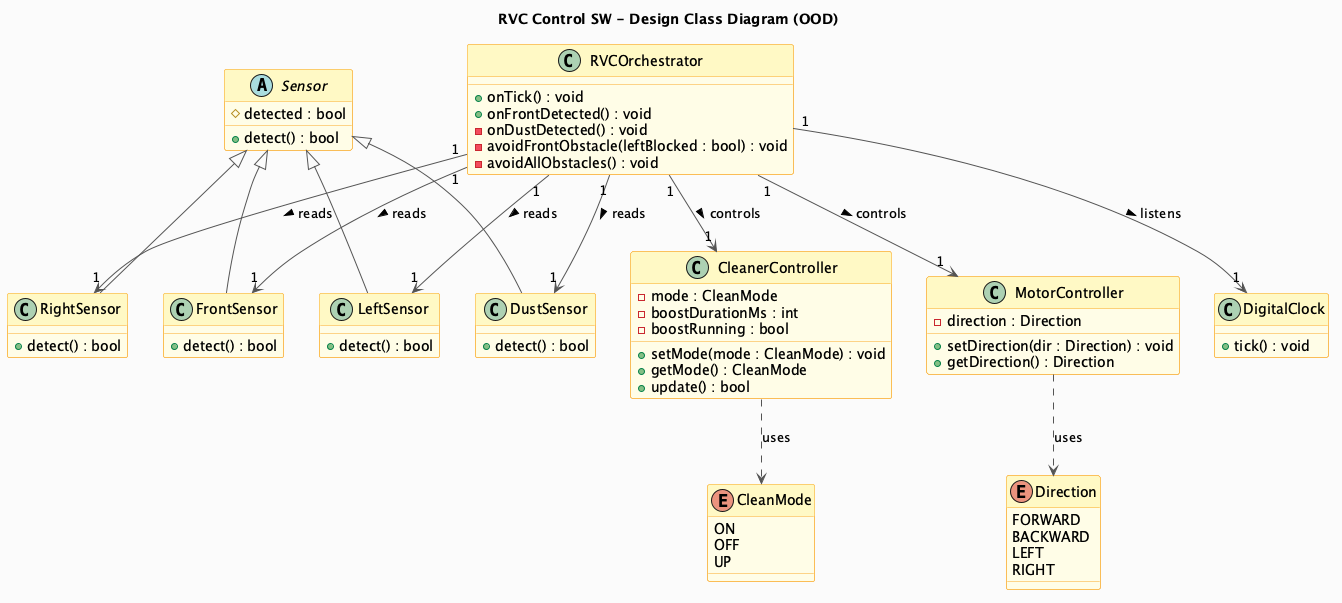
Above: docs/vibe-coding/03-ood/images/ClassDiagram_OOD.png in OOP-konkuk/CICD-Team7 (PlantUML), before the change.
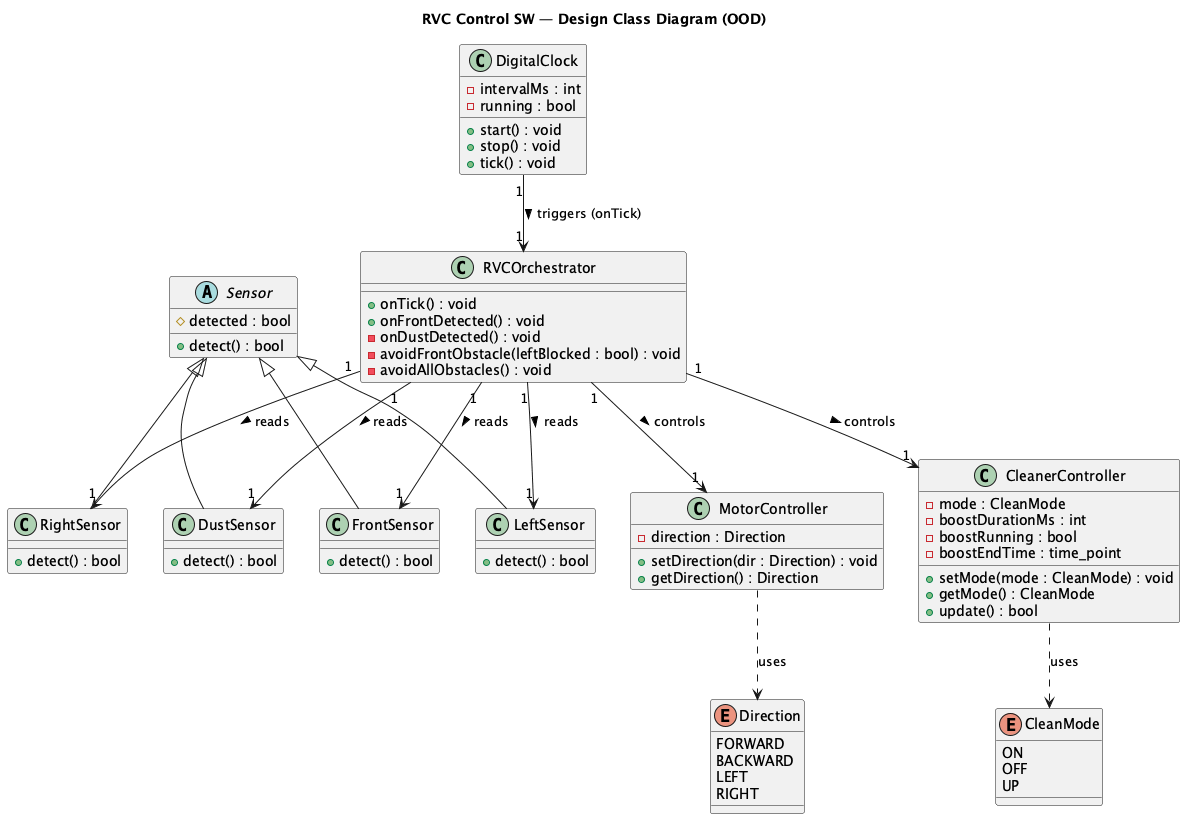
After the change.

Commit message:
fix(ood/ooi): Add DigitalClock impl, fix Domain Model/Class Diagram, update SD-4 alt/loop

Change to the diagram source:
```diff
@@ -1,11 +1,5 @@
 @startuml ClassDiagram_OOD
-skinparam backgroundColor #FAFAFA
-skinparam classBackgroundColor #FFFDE7
-skinparam classBorderColor #F9A825
-skinparam classArrowColor #555555
-skinparam classHeaderBackgroundColor #FFF9C4
-
-title RVC Control SW - Design Class Diagram (OOD)
+title RVC Control SW — Design Class Diagram (OOD)
 
 enum Direction {
   FORWARD
@@ -42,6 +36,10 @@
 }
 
 class DigitalClock {
+  - intervalMs : int
+  - running : bool
+  + start() : void
+  + stop() : void
   + tick() : void
 }
 
@@ -55,6 +53,7 @@
   - mode : CleanMode
   - boostDurationMs : int
   - boostRunning : bool
+  - boostEndTime : time_point
   + setMode(mode : CleanMode) : void
   + getMode() : CleanMode
   + update() : bool
@@ -73,13 +72,13 @@
 Sensor <|-- RightSensor
 Sensor <|-- DustSensor
 
-RVCOrchestrator "1" --> "1" FrontSensor       : reads >
-RVCOrchestrator "1" --> "1" LeftSensor        : reads >
-RVCOrchestrator "1" --> "1" RightSensor       : reads >
-RVCOrchestrator "1" --> "1" DustSensor        : reads >
-RVCOrchestrator "1" --> "1" DigitalClock      : listens >
-RVCOrchestrator "1" --> "1" MotorController   : controls >
-RVCOrchestrator "1" --> "1" CleanerController : controls >
+DigitalClock "1" --> "1" RVCOrchestrator     : triggers (onTick) >
+RVCOrchestrator "1" --> "1" FrontSensor        : reads >
+RVCOrchestrator "1" --> "1" LeftSensor         : reads >
+RVCOrchestrator "1" --> "1" RightSensor        : reads >
+RVCOrchestrator "1" --> "1" DustSensor         : reads >
+RVCOrchestrator "1" --> "1" MotorController    : controls >
+RVCOrchestrator "1" --> "1" CleanerController  : controls >
 
 MotorController   ..> Direction  : uses
 CleanerController ..> CleanMode  : uses
```
